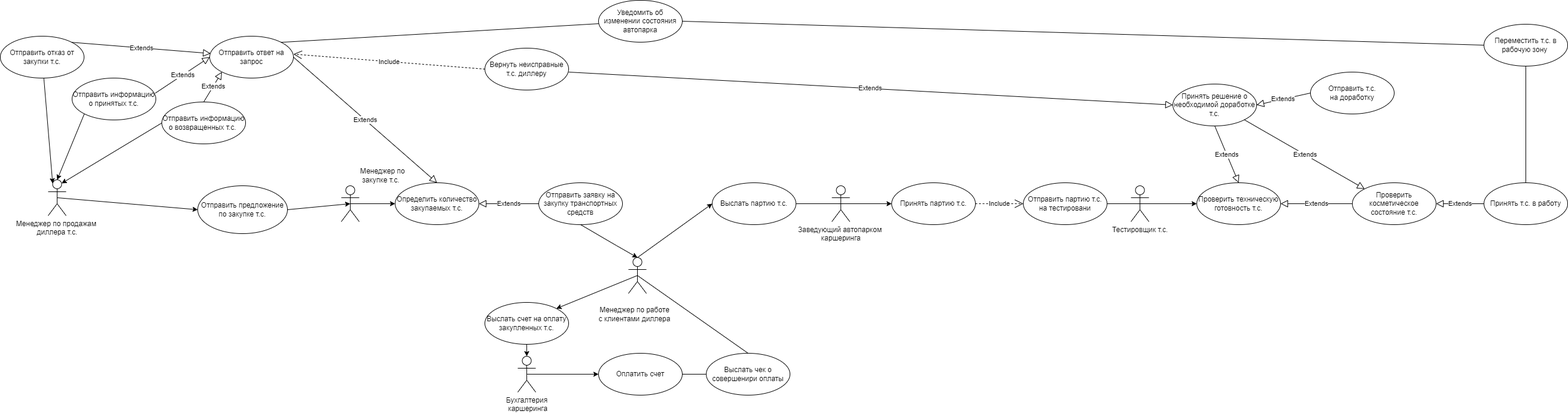
Above: 2course2semestr/BD/Prakt3/prakt_3_precedent.drawio.png in MShizikU/unik (draw.io), before the change. Source tidied: cells renumbered, new cells last; positions are measured from the earlier drawing's top-left corner, leaving out a move shared by most shapes.
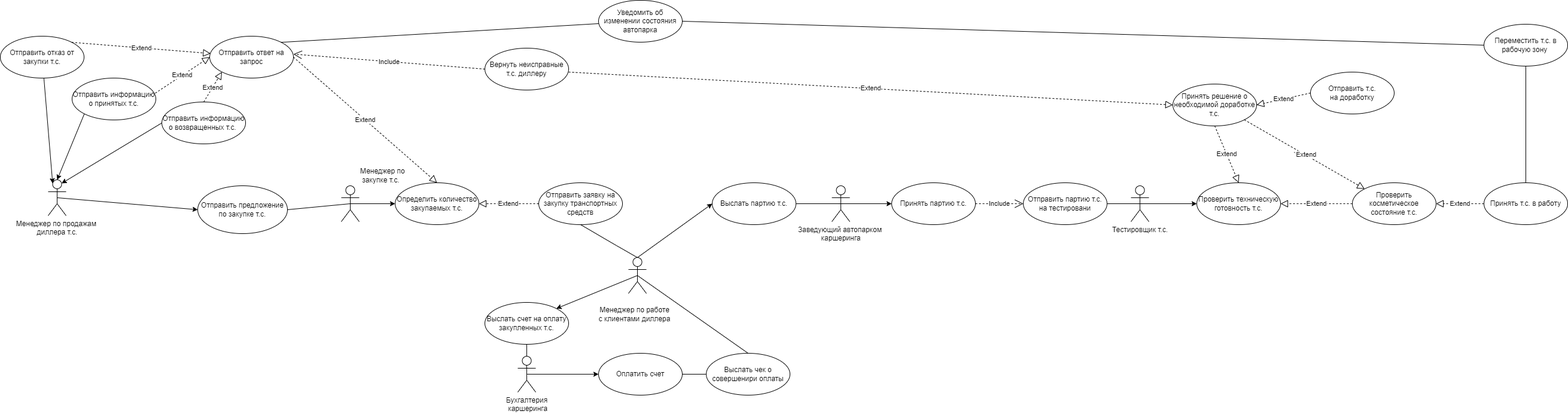
The same file after the commit.

Diff of the diagram source:
```diff
@@ -8,7 +8,7 @@
     <mxCell id="3" value="Менеджер по продажам&amp;nbsp;&lt;br&gt;диллера т.с." style="shape=umlActor;verticalLabelPosition=bottom;verticalAlign=top;html=1;outlineConnect=0;" parent="1" vertex="1">
       <mxGeometry x="80" y="300" width="30" height="60" as="geometry" />
     </mxCell>
-    <mxCell id="4" style="rounded=0;jettySize=auto;html=1;exitX=1;exitY=0.5;exitDx=0;exitDy=0;entryX=0.5;entryY=0.5;entryDx=0;entryDy=0;entryPerimeter=0;" parent="1" edge="1" source="5" target="7">
+    <mxCell id="4" style="rounded=0;jettySize=auto;html=1;exitX=1;exitY=0.5;exitDx=0;exitDy=0;entryX=0.5;entryY=0.5;entryDx=0;entryDy=0;entryPerimeter=0;endArrow=none;endFill=0;" parent="1" edge="1" source="5" target="7">
       <mxGeometry relative="1" as="geometry" />
     </mxCell>
     <mxCell id="5" value="Отправить предложение по закупке т.с." style="ellipse;whiteSpace=wrap;html=1;" parent="1" vertex="1">
@@ -41,22 +41,22 @@
     <mxCell id="14" value="Отправить информацию о возвращенных т.с.&amp;nbsp;" style="ellipse;whiteSpace=wrap;html=1;" parent="1" vertex="1">
       <mxGeometry x="270" y="170" width="140" height="70" as="geometry" />
     </mxCell>
-    <mxCell id="15" value="Extends" style="endArrow=block;endSize=10;endFill=0;html=1;rounded=0;exitX=0.5;exitY=0;exitDx=0;exitDy=0;entryX=0;entryY=1;entryDx=0;entryDy=0;" parent="1" edge="1" source="14" target="8">
+    <mxCell id="15" value="Extend" style="endArrow=block;endSize=10;endFill=0;html=1;rounded=0;exitX=0.5;exitY=0;exitDx=0;exitDy=0;entryX=0;entryY=1;entryDx=0;entryDy=0;dashed=1;" parent="1" edge="1" source="14" target="8">
       <mxGeometry relative="1" as="geometry" />
     </mxCell>
-    <mxCell id="16" value="Extends" style="endArrow=block;endSize=10;endFill=0;html=1;rounded=0;exitX=0.993;exitY=0.361;exitDx=0;exitDy=0;exitPerimeter=0;entryX=0;entryY=0.5;entryDx=0;entryDy=0;" parent="1" edge="1" source="12" target="8">
+    <mxCell id="16" value="Extend" style="endArrow=block;endSize=10;endFill=0;html=1;rounded=0;exitX=0.993;exitY=0.361;exitDx=0;exitDy=0;exitPerimeter=0;entryX=0;entryY=0.5;entryDx=0;entryDy=0;dashed=1;" parent="1" edge="1" source="12" target="8">
       <mxGeometry relative="1" as="geometry" />
     </mxCell>
-    <mxCell id="17" value="Extends" style="endArrow=block;endSize=10;endFill=0;html=1;rounded=0;exitX=1;exitY=0;exitDx=0;exitDy=0;entryX=0.01;entryY=0.413;entryDx=0;entryDy=0;entryPerimeter=0;" parent="1" edge="1" source="10" target="8">
+    <mxCell id="17" value="Extend" style="endArrow=block;endSize=10;endFill=0;html=1;rounded=0;exitX=1;exitY=0;exitDx=0;exitDy=0;entryX=0.01;entryY=0.413;entryDx=0;entryDy=0;entryPerimeter=0;dashed=1;" parent="1" edge="1" source="10" target="8">
       <mxGeometry relative="1" as="geometry" />
     </mxCell>
     <mxCell id="18" value="Определить количество закупаемых т.с." style="ellipse;whiteSpace=wrap;html=1;" parent="1" vertex="1">
       <mxGeometry x="660" y="305" width="140" height="70" as="geometry" />
     </mxCell>
-    <mxCell id="19" value="Extends" style="endArrow=block;endSize=10;endFill=0;html=1;rounded=0;exitX=1;exitY=0.5;exitDx=0;exitDy=0;entryX=0.5;entryY=0;entryDx=0;entryDy=0;" parent="1" edge="1" source="8" target="18">
+    <mxCell id="19" value="Extend" style="endArrow=block;endSize=10;endFill=0;html=1;rounded=0;exitX=1;exitY=0.5;exitDx=0;exitDy=0;entryX=0.5;entryY=0;entryDx=0;entryDy=0;dashed=1;" parent="1" edge="1" source="8" target="18">
       <mxGeometry relative="1" as="geometry" />
     </mxCell>
-    <mxCell id="20" style="rounded=0;jettySize=auto;html=1;exitX=0.5;exitY=1;exitDx=0;exitDy=0;entryX=0.5;entryY=0;entryDx=0;entryDy=0;entryPerimeter=0;" parent="1" edge="1" source="21" target="25">
+    <mxCell id="20" style="rounded=0;jettySize=auto;html=1;exitX=0.5;exitY=1;exitDx=0;exitDy=0;entryX=0.5;entryY=0;entryDx=0;entryDy=0;entryPerimeter=0;endArrow=none;endFill=0;" parent="1" edge="1" source="21" target="25">
       <mxGeometry relative="1" as="geometry">
         <Array as="points">
           <mxPoint x="1030" y="410" />
@@ -66,7 +66,7 @@
     <mxCell id="21" value="Отправить заявку на закупку транспортных средств" style="ellipse;whiteSpace=wrap;html=1;" parent="1" vertex="1">
       <mxGeometry x="900" y="305" width="140" height="70" as="geometry" />
     </mxCell>
-    <mxCell id="22" value="Extends" style="endArrow=block;endSize=10;endFill=0;html=1;rounded=0;exitX=0;exitY=0.5;exitDx=0;exitDy=0;entryX=1;entryY=0.5;entryDx=0;entryDy=0;" parent="1" edge="1" source="21" target="18">
+    <mxCell id="22" value="Extend" style="endArrow=block;endSize=10;endFill=0;html=1;rounded=0;exitX=0;exitY=0.5;exitDx=0;exitDy=0;entryX=1;entryY=0.5;entryDx=0;entryDy=0;dashed=1;" parent="1" edge="1" source="21" target="18">
       <mxGeometry relative="1" as="geometry" />
     </mxCell>
     <mxCell id="23" style="rounded=0;jettySize=auto;html=1;exitX=0.5;exitY=0.5;exitDx=0;exitDy=0;exitPerimeter=0;entryX=1;entryY=0;entryDx=0;entryDy=0;" parent="1" edge="1" source="25" target="27">
@@ -78,7 +78,7 @@
     <mxCell id="25" style="shape=umlActor;verticalLabelPosition=bottom;verticalAlign=top;html=1;" parent="1" vertex="1">
       <mxGeometry x="1050" y="430" width="30" height="60" as="geometry" />
     </mxCell>
-    <mxCell id="26" style="rounded=0;jettySize=auto;html=1;exitX=0.5;exitY=0;exitDx=0;exitDy=0;entryX=0.5;entryY=0;entryDx=0;entryDy=0;entryPerimeter=0;" parent="1" edge="1" source="27" target="30">
+    <mxCell id="26" style="rounded=0;jettySize=auto;html=1;exitX=0.5;exitY=0;exitDx=0;exitDy=0;entryX=0.5;entryY=0;entryDx=0;entryDy=0;entryPerimeter=0;endArrow=none;endFill=0;" parent="1" edge="1" source="27" target="30">
       <mxGeometry relative="1" as="geometry" />
     </mxCell>
     <mxCell id="27" value="Выслать счет на оплату закупленных т.с." style="ellipse;whiteSpace=wrap;html=1;" parent="1" vertex="1">
@@ -138,12 +138,12 @@
     <mxCell id="45" value="Проверить техническую готовность т.с." style="ellipse;whiteSpace=wrap;html=1;" parent="1" vertex="1">
       <mxGeometry x="2000" y="305" width="140" height="70" as="geometry" />
     </mxCell>
-    <mxCell id="46" value="Extends" style="endArrow=block;endSize=10;endFill=0;html=1;rounded=0;entryX=1;entryY=0.5;entryDx=0;entryDy=0;" parent="1" edge="1" target="45">
+    <mxCell id="46" value="Extend" style="endArrow=block;endSize=10;endFill=0;html=1;rounded=0;entryX=1;entryY=0.5;entryDx=0;entryDy=0;dashed=1;" parent="1" edge="1" target="45">
       <mxGeometry relative="1" as="geometry">
         <mxPoint x="2260" y="340" as="sourcePoint" />
       </mxGeometry>
     </mxCell>
-    <mxCell id="47" value="Extends" style="endArrow=block;endSize=10;endFill=0;html=1;rounded=0;entryX=0.5;entryY=0;entryDx=0;entryDy=0;" parent="1" edge="1" target="45">
+    <mxCell id="47" value="Extend" style="endArrow=block;endSize=10;endFill=0;html=1;rounded=0;entryX=0.5;entryY=0;entryDx=0;entryDy=0;dashed=1;" parent="1" edge="1" target="45">
       <mxGeometry relative="1" as="geometry">
         <mxPoint x="2030" y="210" as="sourcePoint" />
       </mxGeometry>
@@ -151,7 +151,7 @@
     <mxCell id="48" value="Принять решение о необходимой доработке т.с." style="ellipse;whiteSpace=wrap;html=1;" parent="1" vertex="1">
       <mxGeometry x="1960" y="140" width="140" height="70" as="geometry" />
     </mxCell>
-    <mxCell id="49" value="Extends" style="endArrow=block;endSize=10;endFill=0;html=1;rounded=0;entryX=0;entryY=0.5;entryDx=0;entryDy=0;" parent="1" edge="1" target="48">
+    <mxCell id="49" value="Extend" style="endArrow=block;endSize=10;endFill=0;html=1;rounded=0;entryX=0;entryY=0.5;entryDx=0;entryDy=0;dashed=1;" parent="1" edge="1" target="48">
       <mxGeometry relative="1" as="geometry">
         <mxPoint x="950" y="120" as="sourcePoint" />
       </mxGeometry>
@@ -164,7 +164,7 @@
         <mxPoint x="490" y="90" as="targetPoint" />
       </mxGeometry>
     </mxCell>
-    <mxCell id="52" value="Extends" style="endArrow=block;endSize=10;endFill=0;html=1;rounded=0;entryX=1;entryY=0.5;entryDx=0;entryDy=0;exitX=0;exitY=0.5;exitDx=0;exitDy=0;" parent="1" edge="1" source="53" target="48">
+    <mxCell id="52" value="Extend" style="endArrow=block;endSize=10;endFill=0;html=1;rounded=0;entryX=1;entryY=0.5;entryDx=0;entryDy=0;exitX=0;exitY=0.5;exitDx=0;exitDy=0;dashed=1;" parent="1" edge="1" source="53" target="48">
       <mxGeometry relative="1" as="geometry" />
     </mxCell>
     <mxCell id="53" value="Отправить т.с.&lt;br&gt;на доработку" style="ellipse;whiteSpace=wrap;html=1;" parent="1" vertex="1">
@@ -173,7 +173,7 @@
     <mxCell id="54" value="Проверить косметическое состояние т.с." style="ellipse;whiteSpace=wrap;html=1;" parent="1" vertex="1">
       <mxGeometry x="2260" y="305" width="140" height="70" as="geometry" />
     </mxCell>
-    <mxCell id="55" value="Extends" style="endArrow=block;endSize=10;endFill=0;html=1;rounded=0;entryX=0;entryY=0;entryDx=0;entryDy=0;exitX=1;exitY=1;exitDx=0;exitDy=0;" parent="1" edge="1" source="48" target="54">
+    <mxCell id="55" value="`Extend" style="endArrow=block;endSize=10;endFill=0;html=1;rounded=0;entryX=0;entryY=0;entryDx=0;entryDy=0;exitX=1;exitY=1;exitDx=0;exitDy=0;dashed=1;" parent="1" edge="1" source="48" target="54">
       <mxGeometry relative="1" as="geometry" />
     </mxCell>
     <mxCell id="56" style="rounded=0;jettySize=auto;html=1;exitX=0.5;exitY=1;exitDx=0;exitDy=0;entryX=0.5;entryY=0;entryDx=0;entryDy=0;endArrow=none;endFill=0;" parent="1" edge="1" source="57" target="60">
@@ -182,7 +182,7 @@
     <mxCell id="57" value="Принять т.с. в работу" style="ellipse;whiteSpace=wrap;html=1;" parent="1" vertex="1">
       <mxGeometry x="2480" y="305" width="140" height="70" as="geometry" />
     </mxCell>
-    <mxCell id="58" value="Extends" style="endArrow=block;endSize=10;endFill=0;html=1;rounded=0;entryX=1;entryY=0.5;entryDx=0;entryDy=0;exitX=0;exitY=0.5;exitDx=0;exitDy=0;" parent="1" edge="1" source="57" target="54">
+    <mxCell id="58" value="Extend" style="endArrow=block;endSize=10;endFill=0;html=1;rounded=0;entryX=1;entryY=0.5;entryDx=0;entryDy=0;exitX=0;exitY=0.5;exitDx=0;exitDy=0;dashed=1;" parent="1" edge="1" source="57" target="54">
       <mxGeometry relative="1" as="geometry" />
     </mxCell>
     <mxCell id="59" style="rounded=0;jettySize=auto;html=1;exitX=0;exitY=0.5;exitDx=0;exitDy=0;entryX=1;entryY=0.5;entryDx=0;entryDy=0;endArrow=none;endFill=0;" parent="1" edge="1" source="60" target="62">
```
